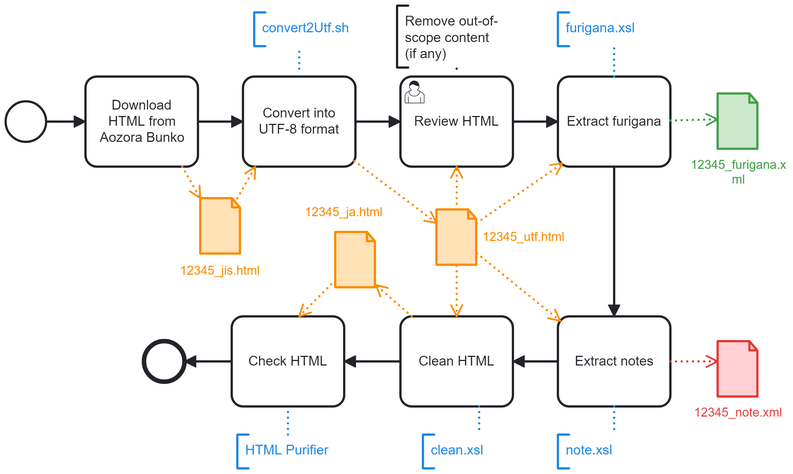
Above: 1-CleanUp.png in japotrad/blue-sora (BPMN), before the change. Its source is kept beside it as 1-CleanUp.bpmn. Ids are renumbered.
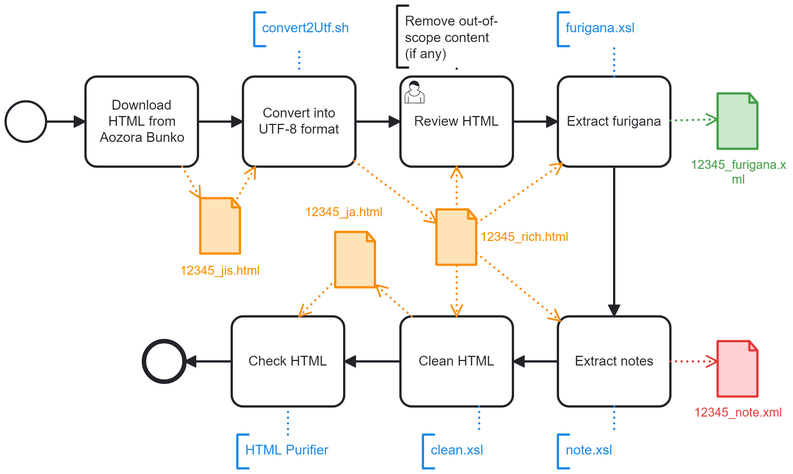
The same diagram one commit later.

Commit message:
Process more in the convert2Utf bash file and less in clean.xsl. Create rich file (with Ruby) instead of utf file so that merge process becomes easier. No more XHTML 1.0: use XHTML 1.1 instead.

Change to the diagram source:
```diff
@@ -77,7 +77,7 @@
     <bpmn:sequenceFlow id="Flow_n31" sourceRef="Activity_n29" targetRef="Event_n36" />
     <bpmn:dataObjectReference id="DataObjectReference_n34" name="12345_ja.html" dataObjectRef="DataObject_n37" />
     <bpmn:dataObject id="DataObject_n37" />
-    <bpmn:dataObjectReference id="DataObjectReference_n12" name="12345_utf.html" dataObjectRef="DataObject_n38" />
+    <bpmn:dataObjectReference id="DataObjectReference_n12" name="12345_rich.html" dataObjectRef="DataObject_n38" />
     <bpmn:dataObject id="DataObject_n38" />
     <bpmn:sequenceFlow id="Flow_n8" sourceRef="Activity_n7" targetRef="Activity_n39" />
     <bpmn:task id="Activity_n35" name="Clean HTML">
@@ -194,7 +194,7 @@
       <bpmndi:BPMNShape id="DataObjectReference_n12_di" bpmnElement="DataObjectReference_n12" bioc:stroke="#fb8c00" bioc:fill="#ffe0b2" color:background-color="#ffe0b2" color:border-color="#fb8c00">
         <dc:Bounds x="562" y="255" width="36" height="50" />
         <bpmndi:BPMNLabel color:color="#fb8c00">
-          <dc:Bounds x="603" y="273" width="74" height="14" />
+          <dc:Bounds x="601" y="273" width="79" height="14" />
         </bpmndi:BPMNLabel>
       </bpmndi:BPMNShape>
       <bpmndi:BPMNShape id="Activity_n35_di" bpmnElement="Activity_n35">
```
